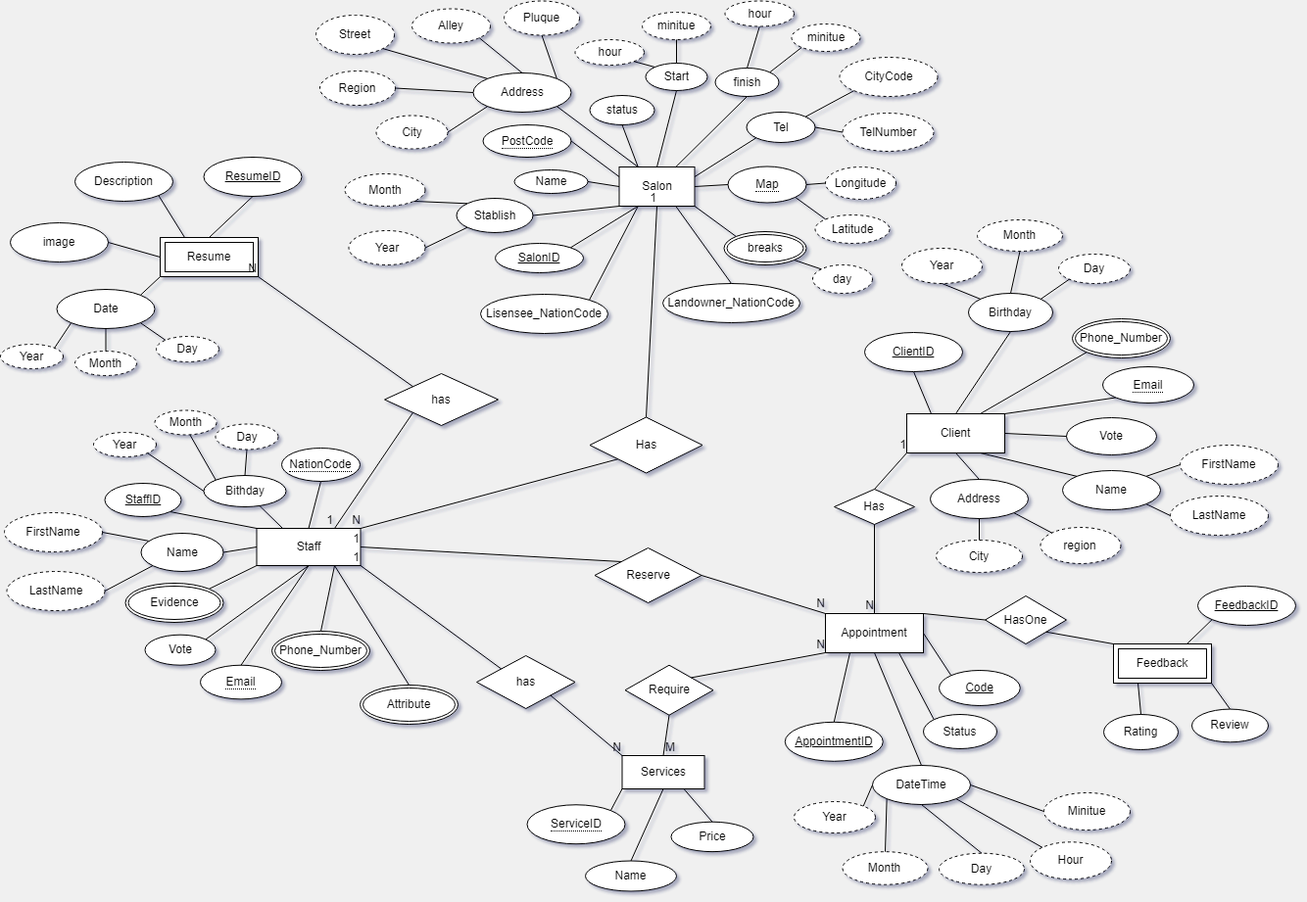
Above: BarberERD.drawio.png in RezaRfahi/moocut (draw.io), before the change. Source tidied: cells renumbered, new cells last; positions are measured from the earlier drawing's top-left corner, leaving out a move shared by most shapes.
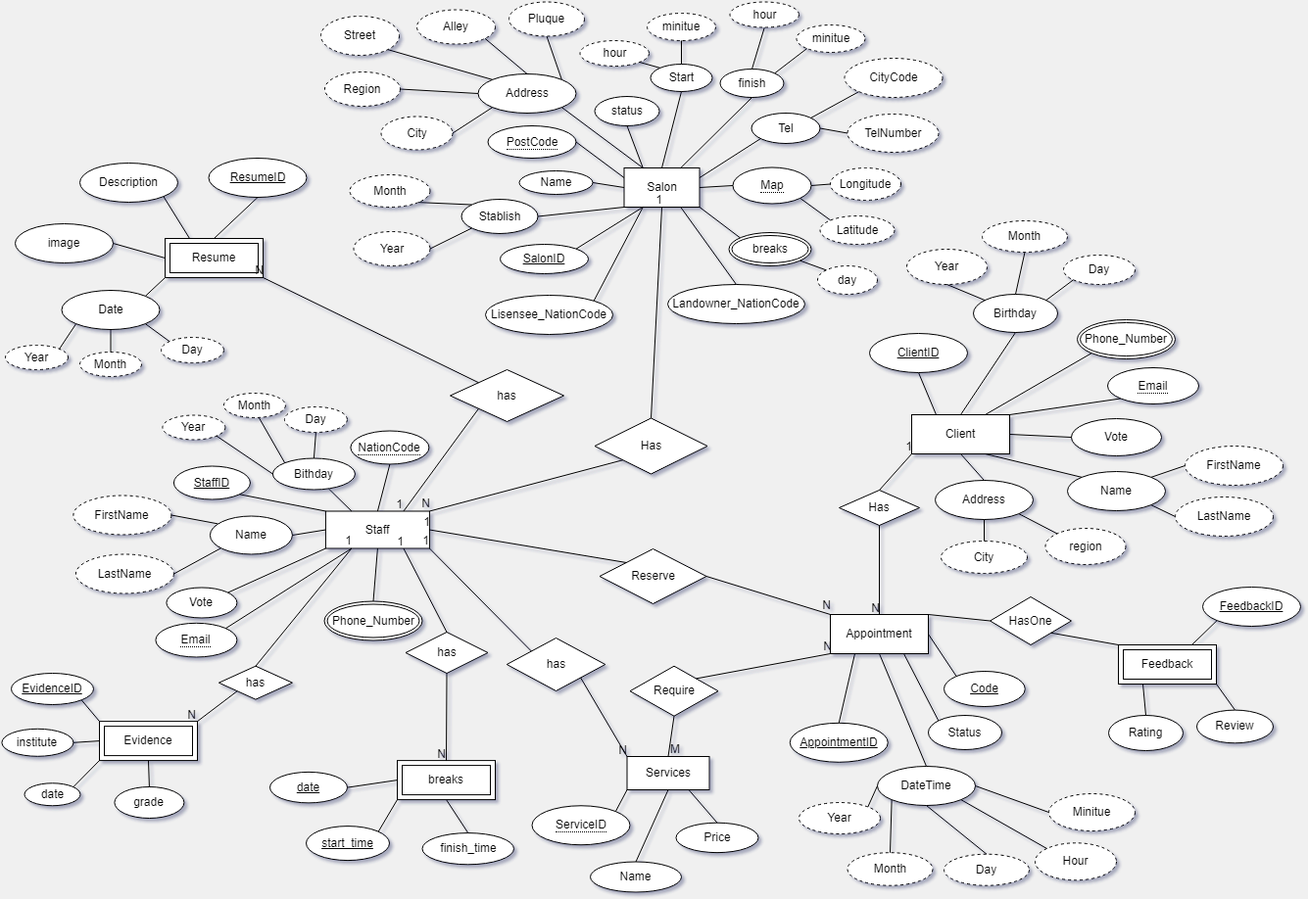
The same file after the commit.

What changed in the source:
```diff
@@ -3,7 +3,7 @@
     <mxCell id="0" />
     <mxCell id="1" parent="0" />
     <mxCell id="2" value="Staff" style="whiteSpace=wrap;html=1;align=center;" parent="1" vertex="1">
-      <mxGeometry x="261.5" y="538" width="106" height="38" as="geometry" />
+      <mxGeometry x="326.9" y="519.5" width="106" height="38" as="geometry" />
     </mxCell>
     <mxCell id="3" value="Client" style="whiteSpace=wrap;html=1;align=center;" parent="1" vertex="1">
       <mxGeometry x="925" y="421" width="100" height="40" as="geometry" />
@@ -27,22 +27,19 @@
       <mxGeometry relative="1" as="geometry" />
     </mxCell>
     <mxCell id="10" value="StaffID" style="ellipse;whiteSpace=wrap;html=1;align=center;fontStyle=4;" parent="1" vertex="1">
-      <mxGeometry x="106.5" y="492" width="78" height="34" as="geometry" />
+      <mxGeometry x="171.9" y="473.5" width="78" height="34" as="geometry" />
     </mxCell>
     <mxCell id="11" style="endArrow=none;html=1;rounded=0;exitX=0;exitY=0;exitDx=0;exitDy=0;entryX=1;entryY=1;entryDx=0;entryDy=0;" parent="1" edge="1" source="2" target="10">
       <mxGeometry relative="1" as="geometry" />
     </mxCell>
     <mxCell id="12" value="Name" style="ellipse;whiteSpace=wrap;html=1;align=center;" parent="1" vertex="1">
-      <mxGeometry x="143.5" y="543" width="84" height="39" as="geometry" />
+      <mxGeometry x="208.9" y="524.5" width="84" height="39" as="geometry" />
     </mxCell>
     <mxCell id="13" style="endArrow=none;html=1;rounded=0;exitX=0;exitY=0.5;exitDx=0;exitDy=0;entryX=1;entryY=0.5;entryDx=0;entryDy=0;" parent="1" edge="1" source="2" target="12">
       <mxGeometry relative="1" as="geometry" />
     </mxCell>
-    <mxCell id="14" style="endArrow=none;html=1;rounded=0;exitX=0;exitY=1;exitDx=0;exitDy=0;entryX=1;entryY=0;entryDx=0;entryDy=0;" parent="1" edge="1" source="2" target="80">
-      <mxGeometry relative="1" as="geometry" />
-    </mxCell>
     <mxCell id="15" value="Vote" style="ellipse;whiteSpace=wrap;html=1;align=center;" parent="1" vertex="1">
-      <mxGeometry x="147.5" y="646.7" width="72" height="31" as="geometry" />
+      <mxGeometry x="164.4" y="597.5" width="72" height="31" as="geometry" />
     </mxCell>
     <mxCell id="16" value="Tel" style="ellipse;whiteSpace=wrap;html=1;align=center;" parent="1" vertex="1">
       <mxGeometry x="761.5" y="113" width="70" height="31" as="geometry" />
@@ -50,11 +47,11 @@
     <mxCell id="17" style="endArrow=none;html=1;rounded=0;exitX=1;exitY=0.25;exitDx=0;exitDy=0;entryX=0;entryY=1;entryDx=0;entryDy=0;" parent="1" edge="1" source="4" target="16">
       <mxGeometry relative="1" as="geometry" />
     </mxCell>
-    <mxCell id="18" style="endArrow=none;html=1;rounded=0;exitX=0.75;exitY=1;exitDx=0;exitDy=0;entryX=0.5;entryY=0;entryDx=0;entryDy=0;" parent="1" edge="1" source="2" target="19">
+    <mxCell id="18" style="endArrow=none;html=1;rounded=0;exitX=0.5;exitY=1;exitDx=0;exitDy=0;entryX=0.5;entryY=0;entryDx=0;entryDy=0;" parent="1" edge="1" source="2" target="19">
       <mxGeometry relative="1" as="geometry" />
     </mxCell>
     <mxCell id="19" value="Phone_Number" style="ellipse;shape=doubleEllipse;margin=3;whiteSpace=wrap;html=1;align=center;" parent="1" vertex="1">
-      <mxGeometry x="277" y="643" width="100" height="40" as="geometry" />
+      <mxGeometry x="325.5" y="611.5" width="100" height="40" as="geometry" />
     </mxCell>
     <mxCell id="20" value="Name" style="ellipse;whiteSpace=wrap;html=1;align=center;" parent="1" vertex="1">
       <mxGeometry x="1084" y="479" width="100" height="40" as="geometry" />
@@ -107,14 +104,14 @@
     <mxCell id="36" style="endArrow=none;html=1;rounded=0;entryX=0.5;entryY=0;entryDx=0;entryDy=0;exitX=0.75;exitY=1;exitDx=0;exitDy=0;" parent="1" edge="1" source="4" target="35">
       <mxGeometry relative="1" as="geometry" />
     </mxCell>
-    <mxCell id="37" style="endArrow=none;html=1;rounded=0;exitX=0.5;exitY=1;exitDx=0;exitDy=0;entryX=1;entryY=0;entryDx=0;entryDy=0;" parent="1" edge="1" source="2" target="15">
+    <mxCell id="37" style="endArrow=none;html=1;rounded=0;exitX=0;exitY=1;exitDx=0;exitDy=0;entryX=1;entryY=0;entryDx=0;entryDy=0;" parent="1" edge="1" source="2" target="15">
       <mxGeometry relative="1" as="geometry" />
     </mxCell>
     <mxCell id="38" style="endArrow=none;html=1;rounded=0;exitX=0.25;exitY=0;exitDx=0;exitDy=0;" parent="1" edge="1" source="2" target="39">
       <mxGeometry relative="1" as="geometry" />
     </mxCell>
     <mxCell id="39" value="Bithday" style="ellipse;whiteSpace=wrap;html=1;align=center;" parent="1" vertex="1">
-      <mxGeometry x="207.5" y="484" width="84" height="32" as="geometry" />
+      <mxGeometry x="272.9" y="465.5" width="84" height="32" as="geometry" />
     </mxCell>
     <mxCell id="40" value="Birthday" style="ellipse;whiteSpace=wrap;html=1;align=center;" parent="1" vertex="1">
       <mxGeometry x="988" y="298" width="86" height="39" as="geometry" />
@@ -198,13 +195,13 @@
       <mxGeometry relative="1" as="geometry" />
     </mxCell>
     <mxCell id="67" value="Month" style="ellipse;whiteSpace=wrap;html=1;align=center;dashed=1;" parent="1" vertex="1">
-      <mxGeometry x="157.5" y="417.5" width="63" height="25" as="geometry" />
+      <mxGeometry x="222.9" y="399" width="63" height="25" as="geometry" />
     </mxCell>
     <mxCell id="68" value="Day" style="ellipse;whiteSpace=wrap;html=1;align=center;dashed=1;" parent="1" vertex="1">
-      <mxGeometry x="219.5" y="431.5" width="64" height="26" as="geometry" />
+      <mxGeometry x="284.9" y="413" width="64" height="26" as="geometry" />
     </mxCell>
     <mxCell id="69" value="Year" style="ellipse;whiteSpace=wrap;html=1;align=center;dashed=1;" parent="1" vertex="1">
-      <mxGeometry x="95" y="440" width="64" height="25" as="geometry" />
+      <mxGeometry x="160.4" y="421.5" width="64" height="25" as="geometry" />
     </mxCell>
     <mxCell id="70" style="endArrow=none;html=1;rounded=0;exitX=0.5;exitY=0;exitDx=0;exitDy=0;entryX=0.5;entryY=1;entryDx=0;entryDy=0;" parent="1" edge="1" source="39" target="68">
       <mxGeometry relative="1" as="geometry" />
@@ -228,10 +225,10 @@
       <mxGeometry relative="1" as="geometry" />
     </mxCell>
     <mxCell id="76" value="FirstName" style="ellipse;whiteSpace=wrap;html=1;align=center;dashed=1;" parent="1" vertex="1">
-      <mxGeometry x="4" y="522" width="100" height="40" as="geometry" />
+      <mxGeometry x="69.4" y="503.5" width="100" height="40" as="geometry" />
     </mxCell>
     <mxCell id="77" value="LastName" style="ellipse;whiteSpace=wrap;html=1;align=center;dashed=1;" parent="1" vertex="1">
-      <mxGeometry x="6.5" y="582" width="100" height="40" as="geometry" />
+      <mxGeometry x="71.9" y="563.5" width="100" height="40" as="geometry" />
     </mxCell>
     <mxCell id="78" style="endArrow=none;html=1;rounded=0;entryX=0.09;entryY=0.2;entryDx=0;entryDy=0;entryPerimeter=0;exitX=1;exitY=0.5;exitDx=0;exitDy=0;" parent="1" edge="1" source="76" target="12">
       <mxGeometry relative="1" as="geometry" />
@@ -239,9 +236,6 @@
     <mxCell id="79" style="endArrow=none;html=1;rounded=0;exitX=0;exitY=1;exitDx=0;exitDy=0;entryX=1;entryY=0.5;entryDx=0;entryDy=0;" parent="1" edge="1" source="12" target="77">
       <mxGeometry relative="1" as="geometry" />
     </mxCell>
-    <mxCell id="80" value="Evidence" style="ellipse;shape=doubleEllipse;margin=3;whiteSpace=wrap;html=1;align=center;" parent="1" vertex="1">
-      <mxGeometry x="127.5" y="594" width="100" height="40" as="geometry" />
-    </mxCell>
     <mxCell id="81" value="Year" style="ellipse;whiteSpace=wrap;html=1;align=center;dashed=1;" parent="1" vertex="1">
       <mxGeometry x="920" y="252" width="82" height="36" as="geometry" />
     </mxCell>
@@ -470,7 +464,7 @@
       <mxGeometry relative="1" as="geometry" />
     </mxCell>
     <mxCell id="156" value="&lt;span style=&quot;border-bottom: 1px dotted&quot;&gt;NationCode&lt;/span&gt;" style="ellipse;whiteSpace=wrap;html=1;align=center;" parent="1" vertex="1">
-      <mxGeometry x="287" y="456" width="80" height="34" as="geometry" />
+      <mxGeometry x="352.4" y="437.5" width="80" height="34" as="geometry" />
     </mxCell>
     <mxCell id="157" value="Code" style="ellipse;whiteSpace=wrap;html=1;align=center;fontStyle=4;" parent="1" vertex="1">
       <mxGeometry x="958" y="683" width="82.8" height="36" as="geometry" />
@@ -506,7 +500,7 @@
       <mxGeometry relative="1" as="geometry" />
     </mxCell>
     <mxCell id="168" value="has" style="shape=rhombus;perimeter=rhombusPerimeter;whiteSpace=wrap;html=1;align=center;" parent="1" vertex="1">
-      <mxGeometry x="392" y="380" width="116" height="53" as="geometry" />
+      <mxGeometry x="454" y="375" width="116" height="53" as="geometry" />
     </mxCell>
     <mxCell id="169" style="endArrow=none;html=1;rounded=0;entryX=1;entryY=1;entryDx=0;entryDy=0;exitX=0;exitY=0;exitDx=0;exitDy=0;" parent="1" edge="1" source="168" target="159">
       <mxGeometry relative="1" as="geometry" />
@@ -539,9 +533,9 @@
       <mxGeometry relative="1" as="geometry" />
     </mxCell>
     <mxCell id="179" value="&lt;span style=&quot;border-bottom: 1px dotted&quot;&gt;Email&lt;/span&gt;" style="ellipse;whiteSpace=wrap;html=1;align=center;" parent="1" vertex="1">
-      <mxGeometry x="204" y="677.7" width="83" height="34.7" as="geometry" />
+      <mxGeometry x="153.4" y="633.8" width="83" height="34.7" as="geometry" />
     </mxCell>
-    <mxCell id="180" style="endArrow=none;html=1;rounded=0;entryX=0.5;entryY=1;entryDx=0;entryDy=0;exitX=0.5;exitY=0;exitDx=0;exitDy=0;" parent="1" edge="1" source="179" target="2">
+    <mxCell id="180" style="endArrow=none;html=1;rounded=0;entryX=0.25;entryY=1;entryDx=0;entryDy=0;exitX=1;exitY=0;exitDx=0;exitDy=0;" parent="1" edge="1" source="179" target="2">
       <mxGeometry relative="1" as="geometry" />
     </mxCell>
     <mxCell id="181" value="&lt;span style=&quot;border-bottom: 1px dotted&quot;&gt;Map&lt;/span&gt;" style="ellipse;whiteSpace=wrap;html=1;align=center;" parent="1" vertex="1">
@@ -584,7 +578,7 @@
       <mxGeometry relative="1" as="geometry" />
     </mxCell>
     <mxCell id="194" value="has" style="shape=rhombus;perimeter=rhombusPerimeter;whiteSpace=wrap;html=1;align=center;" parent="1" vertex="1">
-      <mxGeometry x="486" y="668" width="100.5" height="54" as="geometry" />
+      <mxGeometry x="511.8" y="649" width="100.5" height="54" as="geometry" />
     </mxCell>
     <mxCell id="195" style="endArrow=none;html=1;rounded=0;entryX=1;entryY=1;entryDx=0;entryDy=0;exitX=0;exitY=0;exitDx=0;exitDy=0;" parent="1" edge="1" source="194" target="2">
       <mxGeometry relative="1" as="geometry" />
@@ -598,11 +592,83 @@
     <mxCell id="198" value="N" style="html=1;whiteSpace=wrap;align=right;verticalAlign=bottom;" parent="197" vertex="1">
       <mxGeometry x="1" relative="1" as="geometry" />
     </mxCell>
-    <mxCell id="199" value="Attribute" style="ellipse;shape=doubleEllipse;margin=3;whiteSpace=wrap;html=1;align=center;" parent="1" vertex="1">
-      <mxGeometry x="367" y="698" width="100" height="40" as="geometry" />
-    </mxCell>
-    <mxCell id="200" style="endArrow=none;html=1;rounded=0;entryX=0.5;entryY=0;entryDx=0;entryDy=0;exitX=0.75;exitY=1;exitDx=0;exitDy=0;" parent="1" edge="1" source="2" target="199">
-      <mxGeometry relative="1" as="geometry" />
-    </mxCell>
+    <mxCell id="201" value="breaks" style="shape=ext;margin=3;double=1;whiteSpace=wrap;html=1;align=center;" parent="1" vertex="1">
+      <mxGeometry x="400" y="774.1" width="100" height="40" as="geometry" />
+    </mxCell>
+    <mxCell id="202" style="endArrow=none;html=1;rounded=0;entryX=0;entryY=0.5;entryDx=0;entryDy=0;exitX=1;exitY=0.5;exitDx=0;exitDy=0;" parent="1" edge="1" source="207" target="201">
+      <mxGeometry relative="1" as="geometry" />
+    </mxCell>
+    <mxCell id="203" value="finish_time" style="ellipse;whiteSpace=wrap;html=1;align=center;" parent="1" vertex="1">
+      <mxGeometry x="425.5" y="848.1" width="93.5" height="32.2" as="geometry" />
+    </mxCell>
+    <mxCell id="204" style="endArrow=none;html=1;rounded=0;entryX=0;entryY=1;entryDx=0;entryDy=0;exitX=1;exitY=0;exitDx=0;exitDy=0;" parent="1" edge="1" source="206" target="201">
+      <mxGeometry relative="1" as="geometry" />
+    </mxCell>
+    <mxCell id="205" style="endArrow=none;html=1;rounded=0;exitX=0.5;exitY=1;exitDx=0;exitDy=0;entryX=0.5;entryY=0;entryDx=0;entryDy=0;" parent="1" edge="1" source="201" target="203">
+      <mxGeometry relative="1" as="geometry" />
+    </mxCell>
+    <mxCell id="206" value="start_time" style="ellipse;whiteSpace=wrap;html=1;align=center;fontStyle=4;" parent="1" vertex="1">
+      <mxGeometry x="307" y="841.1" width="85" height="35" as="geometry" />
+    </mxCell>
+    <mxCell id="207" value="date" style="ellipse;whiteSpace=wrap;html=1;align=center;fontStyle=4;" parent="1" vertex="1">
+      <mxGeometry x="270" y="785.9" width="79" height="31.5" as="geometry" />
+    </mxCell>
+    <mxCell id="208" value="has" style="shape=rhombus;perimeter=rhombusPerimeter;whiteSpace=wrap;html=1;align=center;" parent="1" vertex="1">
+      <mxGeometry x="408.5" y="643" width="84" height="42" as="geometry" />
+    </mxCell>
+    <mxCell id="209" style="endArrow=none;html=1;rounded=0;entryX=0.75;entryY=1;entryDx=0;entryDy=0;exitX=0.5;exitY=0;exitDx=0;exitDy=0;" parent="1" edge="1" source="208" target="2">
+      <mxGeometry relative="1" as="geometry" />
+    </mxCell>
+    <mxCell id="210" value="1" style="html=1;whiteSpace=wrap;align=right;verticalAlign=bottom;" parent="209" vertex="1">
+      <mxGeometry x="1" relative="1" as="geometry" />
+    </mxCell>
+    <mxCell id="211" style="endArrow=none;html=1;rounded=0;entryX=0.5;entryY=0;entryDx=0;entryDy=0;exitX=0.5;exitY=1;exitDx=0;exitDy=0;" parent="1" edge="1" source="208" target="201">
+      <mxGeometry relative="1" as="geometry" />
+    </mxCell>
+    <mxCell id="212" value="N" style="html=1;whiteSpace=wrap;align=right;verticalAlign=bottom;" parent="211" vertex="1">
+      <mxGeometry x="1" relative="1" as="geometry" />
+    </mxCell>
+    <mxCell id="80" value="Evidence" style="shape=ext;margin=3;double=1;whiteSpace=wrap;html=1;align=center;" parent="1" vertex="1">
+      <mxGeometry x="96" y="734.1" width="100" height="40" as="geometry" />
+    </mxCell>
+    <mxCell id="213" value="EvidenceID" style="ellipse;whiteSpace=wrap;html=1;align=center;fontStyle=4;" parent="1" vertex="1">
+      <mxGeometry x="6" y="685" width="84" height="32" as="geometry" />
+    </mxCell>
+    <mxCell id="214" value="institute" style="ellipse;whiteSpace=wrap;html=1;align=center;" parent="1" vertex="1">
+      <mxGeometry x="-3.6" y="741.8" width="73" height="28" as="geometry" />
+    </mxCell>
+    <mxCell id="215" value="date" style="ellipse;whiteSpace=wrap;html=1;align=center;" parent="1" vertex="1">
+      <mxGeometry x="19.5" y="797.2" width="57" height="23" as="geometry" />
+    </mxCell>
+    <mxCell id="216" value="grade" style="ellipse;whiteSpace=wrap;html=1;align=center;" parent="1" vertex="1">
+      <mxGeometry x="111.4" y="801" width="71" height="32" as="geometry" />
+    </mxCell>
+    <mxCell id="217" style="endArrow=none;html=1;rounded=0;exitX=1;exitY=1;exitDx=0;exitDy=0;entryX=0;entryY=0;entryDx=0;entryDy=0;" parent="1" edge="1" source="213" target="80">
+      <mxGeometry relative="1" as="geometry" />
+    </mxCell>
+    <mxCell id="218" style="endArrow=none;html=1;rounded=0;entryX=0;entryY=0.5;entryDx=0;entryDy=0;exitX=1;exitY=0.5;exitDx=0;exitDy=0;" parent="1" edge="1" source="214" target="80">
+      <mxGeometry relative="1" as="geometry" />
+    </mxCell>
+    <mxCell id="219" style="endArrow=none;html=1;rounded=0;entryX=0;entryY=1;entryDx=0;entryDy=0;exitX=1;exitY=0;exitDx=0;exitDy=0;" parent="1" edge="1" source="215" target="80">
+      <mxGeometry relative="1" as="geometry" />
+    </mxCell>
+    <mxCell id="220" style="endArrow=none;html=1;rounded=0;entryX=0.5;entryY=1;entryDx=0;entryDy=0;exitX=0.5;exitY=0;exitDx=0;exitDy=0;" parent="1" edge="1" source="216" target="80">
+      <mxGeometry relative="1" as="geometry" />
+    </mxCell>
+    <mxCell id="221" value="has" style="shape=rhombus;perimeter=rhombusPerimeter;whiteSpace=wrap;html=1;align=center;" parent="1" vertex="1">
+      <mxGeometry x="217.9" y="677.7" width="75" height="34" as="geometry" />
+    </mxCell>
+    <mxCell id="222" style="endArrow=none;html=1;rounded=0;entryX=0.25;entryY=1;entryDx=0;entryDy=0;exitX=0.5;exitY=0;exitDx=0;exitDy=0;" parent="1" edge="1" source="221" target="2">
+      <mxGeometry relative="1" as="geometry" />
+    </mxCell>
+    <mxCell id="223" value="1" style="html=1;whiteSpace=wrap;align=right;verticalAlign=bottom;" parent="222" vertex="1">
+      <mxGeometry x="1" relative="1" as="geometry" />
+    </mxCell>
+    <mxCell id="224" style="endArrow=none;html=1;rounded=0;entryX=1;entryY=0;entryDx=0;entryDy=0;exitX=0;exitY=1;exitDx=0;exitDy=0;" parent="1" edge="1" source="221" target="80">
+      <mxGeometry relative="1" as="geometry" />
+    </mxCell>
+    <mxCell id="225" value="N" style="html=1;whiteSpace=wrap;align=right;verticalAlign=bottom;" parent="224" vertex="1">
+      <mxGeometry x="1" relative="1" as="geometry" />
+    </mxCell>
   </root>
 </mxGraphModel>
```
